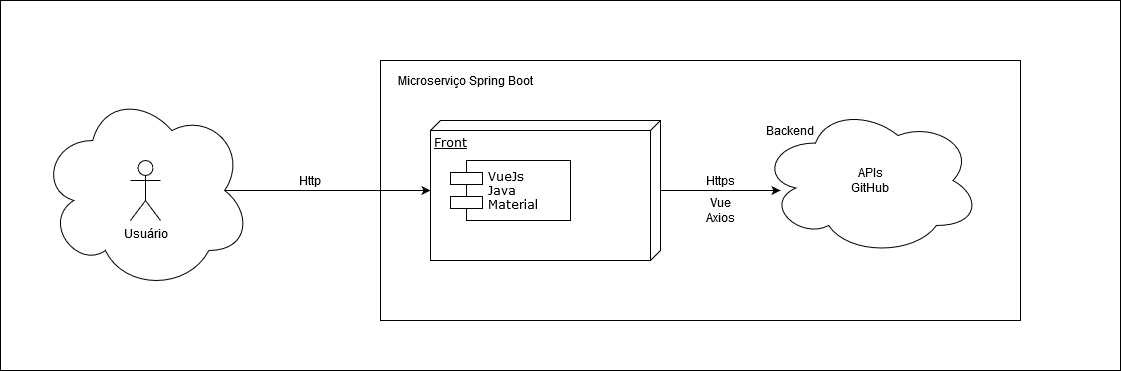
Before: front-github/imagens/Arquitetura_Front.png, a diagram exported from draw.io (vitorhora/compasso-frontend). Source tidied: cells renumbered, new cells last; positions are measured from the earlier drawing's top-left corner, leaving out a move shared by most shapes.
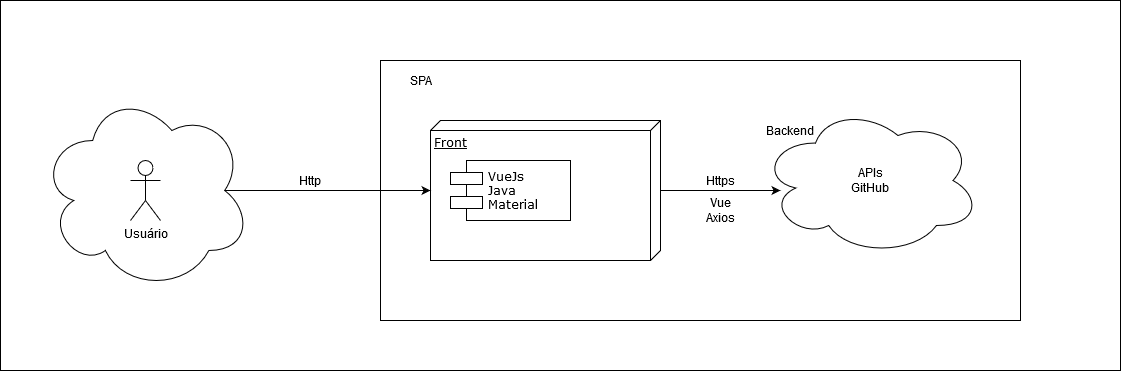
Above is the later version.

Commit message:
Ajuste desenho arquitetura.

Diff of the diagram source:
```diff
@@ -25,8 +25,8 @@
     <mxCell id="8" value="Usuário" style="shape=umlActor;verticalLabelPosition=bottom;labelBackgroundColor=#ffffff;verticalAlign=top;html=1;" parent="1" vertex="1">
       <mxGeometry x="130" y="160" width="30" height="60" as="geometry" />
     </mxCell>
-    <mxCell id="9" value="Microserviço Spring Boot" style="text;html=1;align=center;verticalAlign=middle;" parent="1" vertex="1">
-      <mxGeometry x="390" y="70" width="150" height="20" as="geometry" />
+    <mxCell id="9" value="SPA" style="text;html=1;align=center;verticalAlign=middle;" parent="1" vertex="1">
+      <mxGeometry x="400" y="70" width="40" height="20" as="geometry" />
     </mxCell>
     <mxCell id="10" style="edgeStyle=orthogonalEdgeStyle;rounded=0;jettySize=auto;html=1;exitX=0.875;exitY=0.5;exitDx=0;exitDy=0;exitPerimeter=0;" parent="1" edge="1" source="3" target="6">
       <mxGeometry relative="1" as="geometry" />
```
